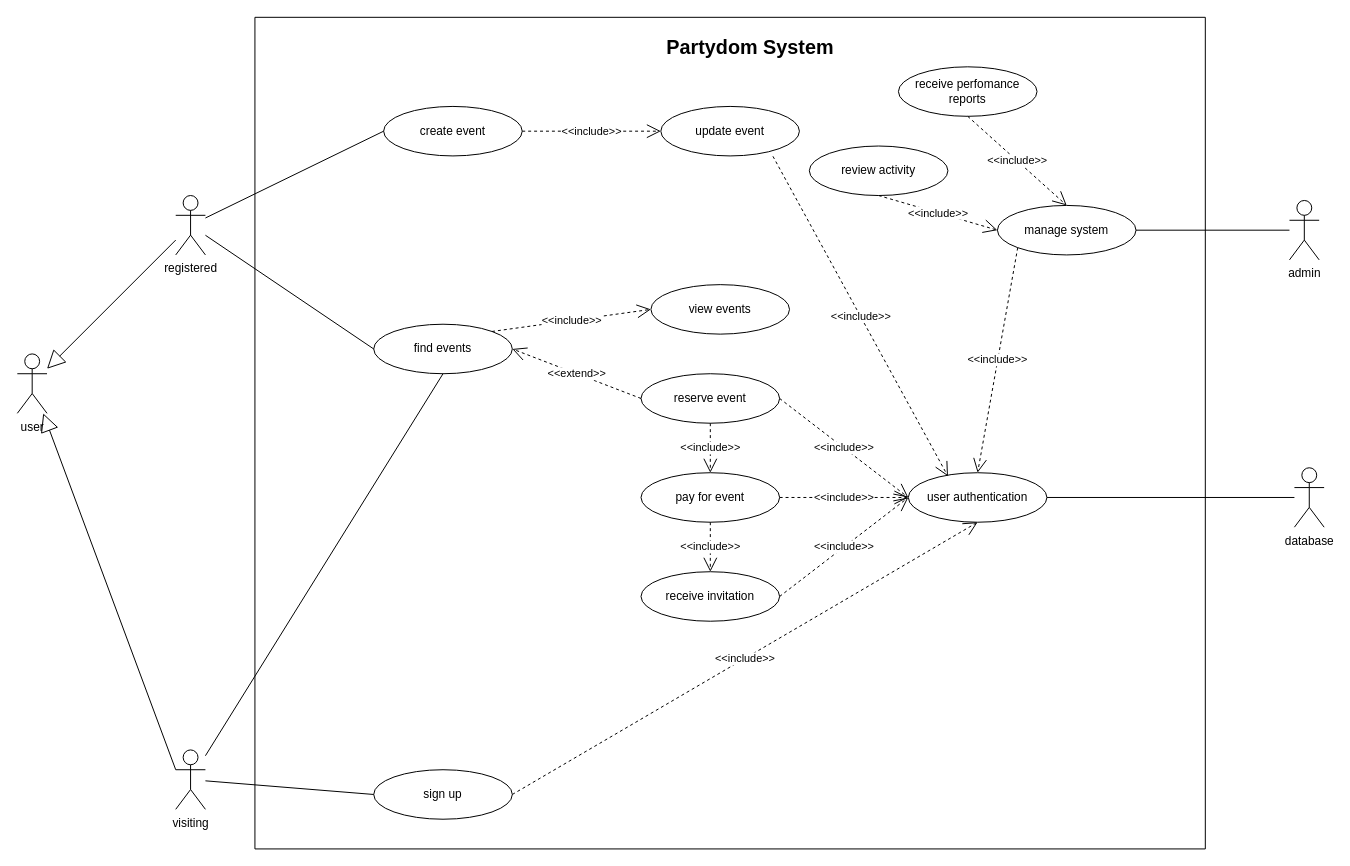
Before: Use Case Diagram.drawio in bujo-eayn/partydom, a draw.io diagram. Source tidied: cells renumbered, new cells numbered last; positions are measured from the earlier drawing's top-left corner, leaving out a move shared by most shapes. Both pictures are drawn from the tidied source at 99%, with x=0, y=0 at pixel (17, 17).
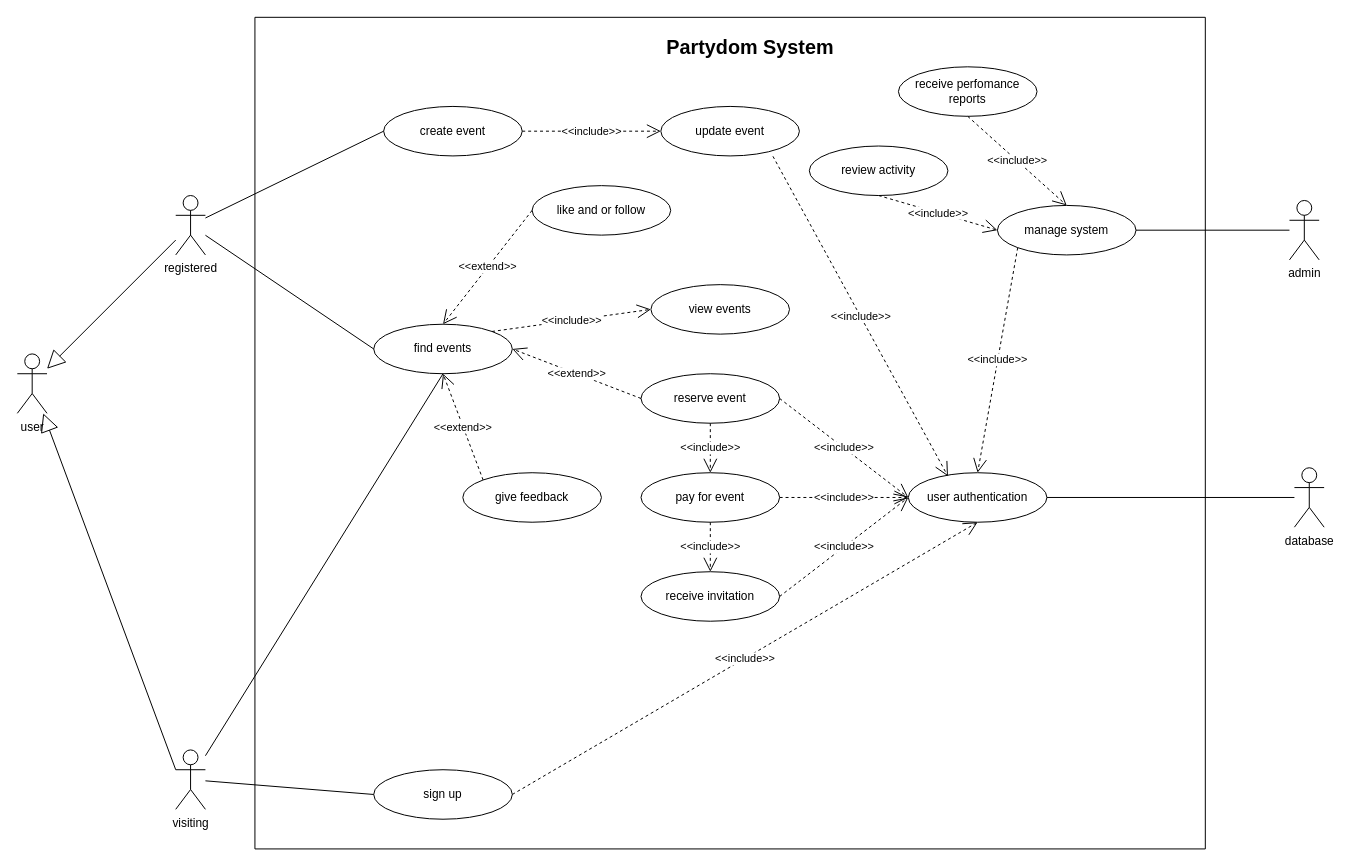
Above is the later version.

Unchanged cells that the change refers to:
```xml
<mxCell id="7" value="find events" style="ellipse;whiteSpace=wrap;html=1;" parent="1" vertex="1">
  <mxGeometry x="360" y="310" width="140" height="50" as="geometry" />
</mxCell>
<mxCell id="36" style="swimlane;startSize=0;" parent="1" vertex="1">
  <mxGeometry x="240" width="960" height="840" as="geometry" />
</mxCell>
```

What changed in the source:
```diff
@@
+    <mxCell id="42" value="like and or follow" style="ellipse;whiteSpace=wrap;html=1;" parent="36" vertex="1">
+      <mxGeometry x="280" y="170" width="140" height="50" as="geometry" />
+    </mxCell>
+    <mxCell id="43" value="give feedback" style="ellipse;whiteSpace=wrap;html=1;" parent="36" vertex="1">
+      <mxGeometry x="210" y="460" width="140" height="50" as="geometry" />
+    </mxCell>
@@
+    <mxCell id="44" value="&amp;lt;&amp;lt;extend&amp;gt;&amp;gt;" style="endArrow=open;endSize=12;dashed=1;html=1;rounded=0;exitX=0;exitY=0.5;exitDx=0;exitDy=0;entryX=0.5;entryY=0;entryDx=0;entryDy=0;" parent="1" edge="1" source="42" target="7">
+      <mxGeometry relative="1" as="geometry" />
+    </mxCell>
+    <mxCell id="45" value="&amp;lt;&amp;lt;extend&amp;gt;&amp;gt;" style="endArrow=open;endSize=12;dashed=1;html=1;rounded=0;exitX=0;exitY=0;exitDx=0;exitDy=0;entryX=0.5;entryY=1;entryDx=0;entryDy=0;" parent="1" edge="1" source="43" target="7">
+      <mxGeometry relative="1" as="geometry" />
+    </mxCell>
```
